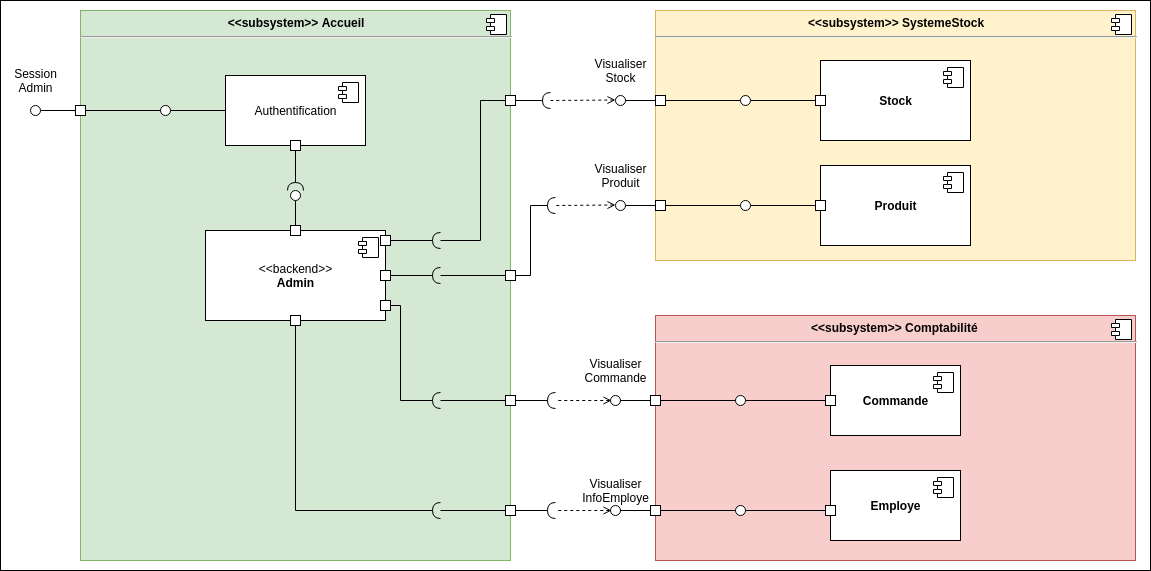
Earlier version of the draw.io export Diag_component_admin.png (micktymoon/P6_pelletier_c-line). Source tidied: cells renumbered, new cells last; positions are measured from the earlier drawing's top-left corner, leaving out a move shared by most shapes.
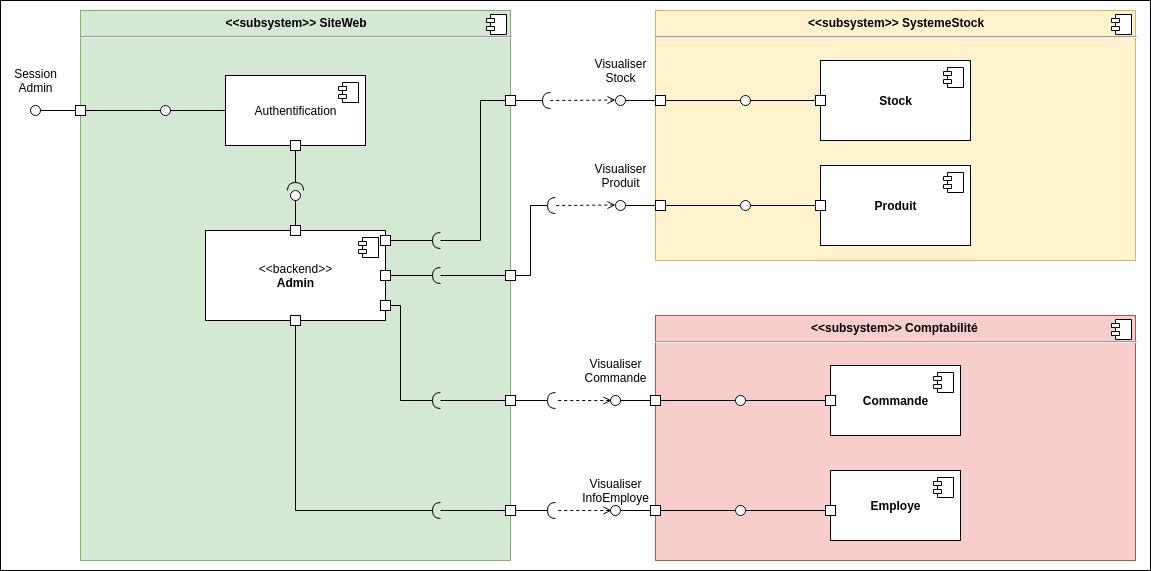
Later version of the same file.

Commit message:
add diag visu cuisine

Diff of the diagram source:
```diff
@@ -64,7 +64,7 @@
     <mxCell id="19" style="whiteSpace=wrap;html=1;" parent="1" vertex="1">
       <mxGeometry x="220" y="105" width="10" height="10" as="geometry" />
     </mxCell>
-    <mxCell id="20" value="&lt;p style=&quot;margin: 0px ; margin-top: 6px ; text-align: center&quot;&gt;&lt;b&gt;&amp;lt;&amp;lt;subsystem&amp;gt;&amp;gt; Accueil&lt;/b&gt;&lt;/p&gt;&lt;hr&gt;&lt;p style=&quot;margin: 0px ; margin-left: 8px&quot;&gt;&lt;br&gt;&lt;/p&gt;" style="align=left;overflow=fill;html=1;fillColor=#d5e8d4;strokeColor=#82b366;" parent="1" vertex="1">
+    <mxCell id="20" value="&lt;p style=&quot;margin: 0px ; margin-top: 6px ; text-align: center&quot;&gt;&lt;b&gt;&amp;lt;&amp;lt;subsystem&amp;gt;&amp;gt; SiteWeb&lt;/b&gt;&lt;/p&gt;&lt;hr&gt;&lt;p style=&quot;margin: 0px ; margin-left: 8px&quot;&gt;&lt;br&gt;&lt;/p&gt;" style="align=left;overflow=fill;html=1;fillColor=#d5e8d4;strokeColor=#82b366;" parent="1" vertex="1">
       <mxGeometry x="80" y="10" width="430" height="550" as="geometry" />
     </mxCell>
     <mxCell id="21" style="shape=component;jettyWidth=8;jettyHeight=4;" parent="20" vertex="1">
```
